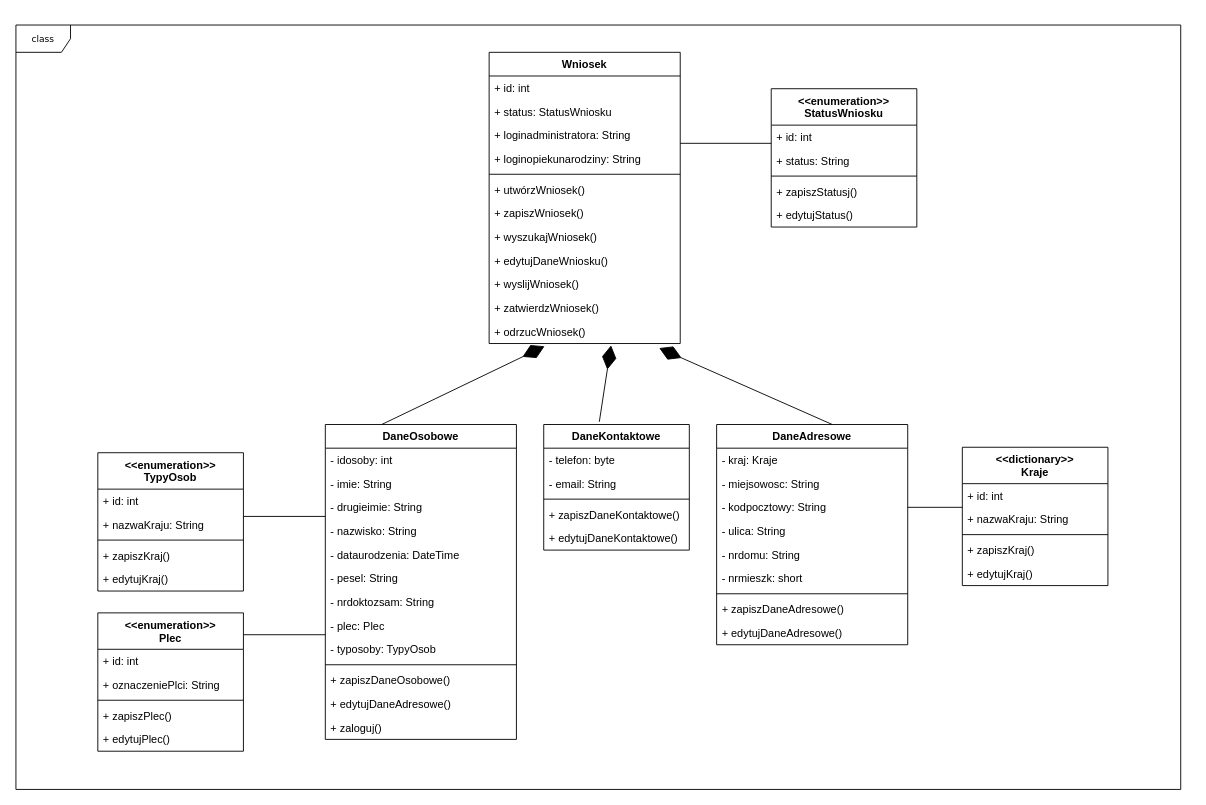
The draw.io diagram eRodzina-model-dziedziny.drawio in tadeg/study, before the edit. Source tidied: cells renumbered, new cells numbered last; positions are measured from the earlier drawing's top-left corner, leaving out a move shared by most shapes. Both pictures are drawn from the tidied source at 91%, with x=0, y=0 at pixel (15, 25).
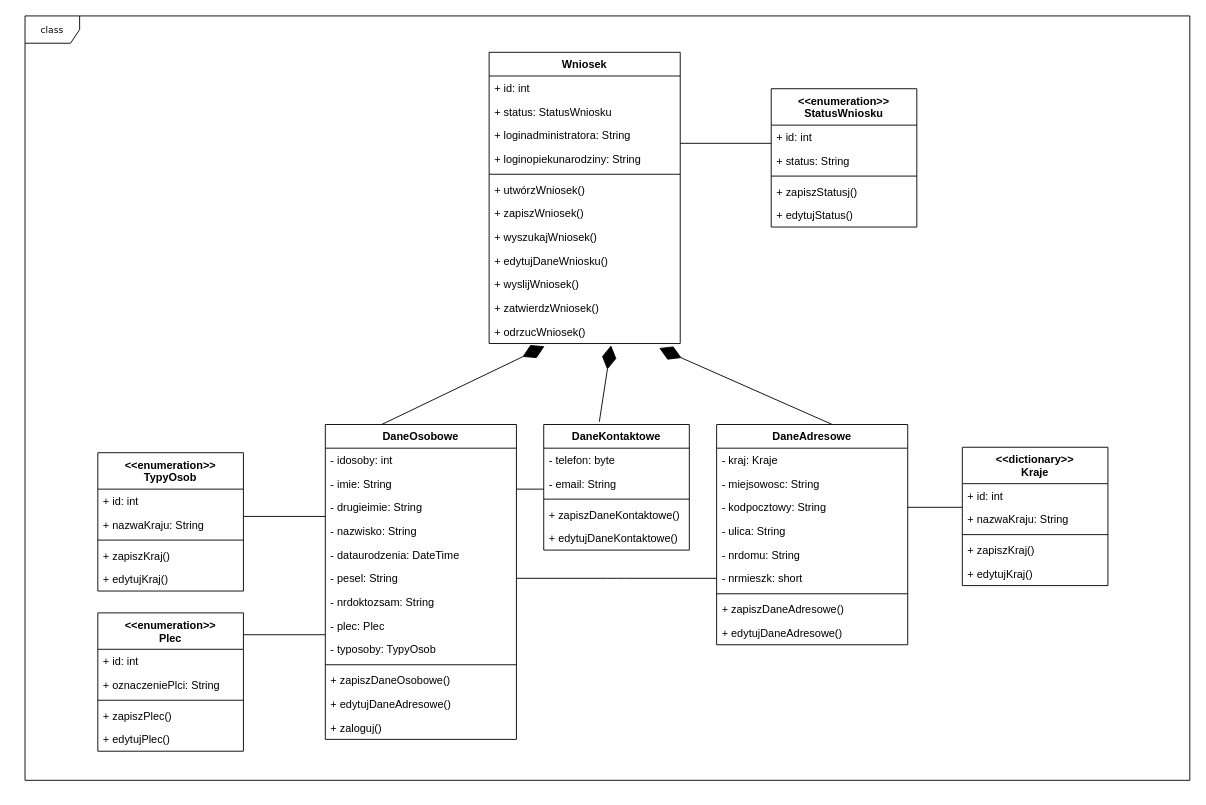
After the change.

The change refers to these unchanged cells:
```xml
<mxCell id="55" value="- pesel: String" style="text;strokeColor=none;fillColor=none;align=left;verticalAlign=top;spacingLeft=4;spacingRight=4;overflow=hidden;points=[[0,0.5],[1,0.5]];portConstraint=eastwest;" parent="49" vertex="1">
  <mxGeometry y="156" width="210" height="26" as="geometry" />
</mxCell>
```

Diff of the diagram source:
```diff
@@
     <mxCell id="76" value="class" style="shape=umlFrame;whiteSpace=wrap;html=1;rounded=0;shadow=0;comic=0;labelBackgroundColor=none;strokeWidth=1;fontFamily=Verdana;fontSize=10;align=center;" parent="1" vertex="1">
-      <mxGeometry width="1280" height="840" as="geometry" />
+      <mxGeometry x="10" y="-10" width="1280" height="840" as="geometry" />
     </mxCell>
+    <mxCell id="77" style="endArrow=none;html=1;edgeStyle=orthogonalEdgeStyle;" parent="1" edge="1">
+      <mxGeometry relative="1" as="geometry">
+        <mxPoint x="550" y="510" as="sourcePoint" />
+        <mxPoint x="580" y="510" as="targetPoint" />
+      </mxGeometry>
+    </mxCell>
+    <mxCell id="78" style="endArrow=none;html=1;edgeStyle=orthogonalEdgeStyle;exitX=1;exitY=0.5;exitDx=0;exitDy=0;" parent="1" edge="1" source="55">
+      <mxGeometry relative="1" as="geometry">
+        <mxPoint x="770" y="608" as="targetPoint" />
+      </mxGeometry>
+    </mxCell>
```
